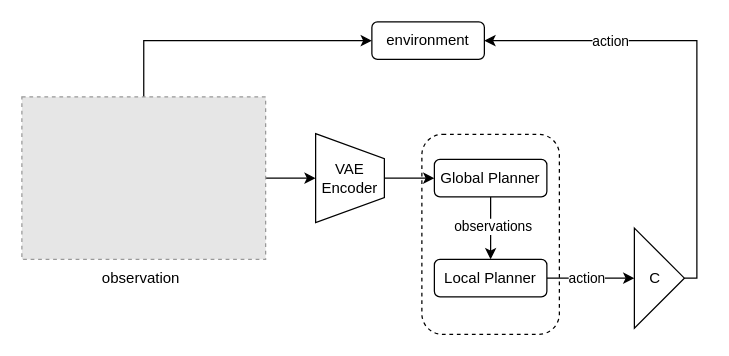
Before: latent_cfm.drawio in frankcholula/flow_planner, a draw.io diagram. Source tidied: cells renumbered, new cells numbered last; positions are measured from the earlier drawing's top-left corner, leaving out a move shared by most shapes. Both pictures are drawn from the tidied source at 125%, with x=0, y=0 at pixel (21, 21). Pictures stored in the file or linked from it are replaced by grey dashed boxes.
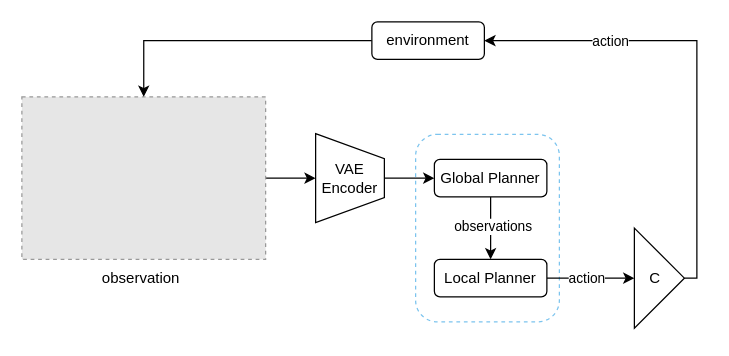
The same diagram, later.

The change refers to these unchanged cells:
```xml
<mxCell id="5" style="fillColor=#E6E6E6;strokeColor=#999999;dashed=1;verticalLabelPosition=bottom;labelBackgroundColor=default;verticalAlign=top;" parent="1" vertex="1">
  <mxGeometry y="60" width="195" height="130" as="geometry" />
</mxCell>
<mxCell id="6" value="environment" style="rounded=1;whiteSpace=wrap;html=1;" parent="1" vertex="1">
  <mxGeometry x="280" width="90" height="30" as="geometry" />
</mxCell>
```

What changed in the source:
```diff
@@
-    <mxCell id="2" style="rounded=1;whiteSpace=wrap;html=1;dashed=1;" parent="1" vertex="1">
-      <mxGeometry x="320" y="90" width="110" height="160" as="geometry" />
+    <mxCell id="2" style="rounded=1;whiteSpace=wrap;html=1;dashed=1;strokeColor=light-dark(#7CC4EE,#EDEDED);" parent="1" vertex="1">
+      <mxGeometry x="315" y="90" width="115" height="150" as="geometry" />
     </mxCell>
-    <mxCell id="3" style="edgeStyle=orthogonalEdgeStyle;rounded=0;jettySize=auto;html=1;exitX=0.5;exitY=0;exitDx=0;exitDy=0;entryX=0;entryY=0.5;entryDx=0;entryDy=0;" parent="1" edge="1" source="5" target="6">
-      <mxGeometry relative="1" as="geometry" />
-    </mxCell>
@@
+    <mxCell id="20" style="edgeStyle=orthogonalEdgeStyle;rounded=0;jettySize=auto;html=1;exitX=0;exitY=0.5;exitDx=0;exitDy=0;" parent="1" edge="1" source="6" target="5">
+      <mxGeometry relative="1" as="geometry" />
+    </mxCell>
```
